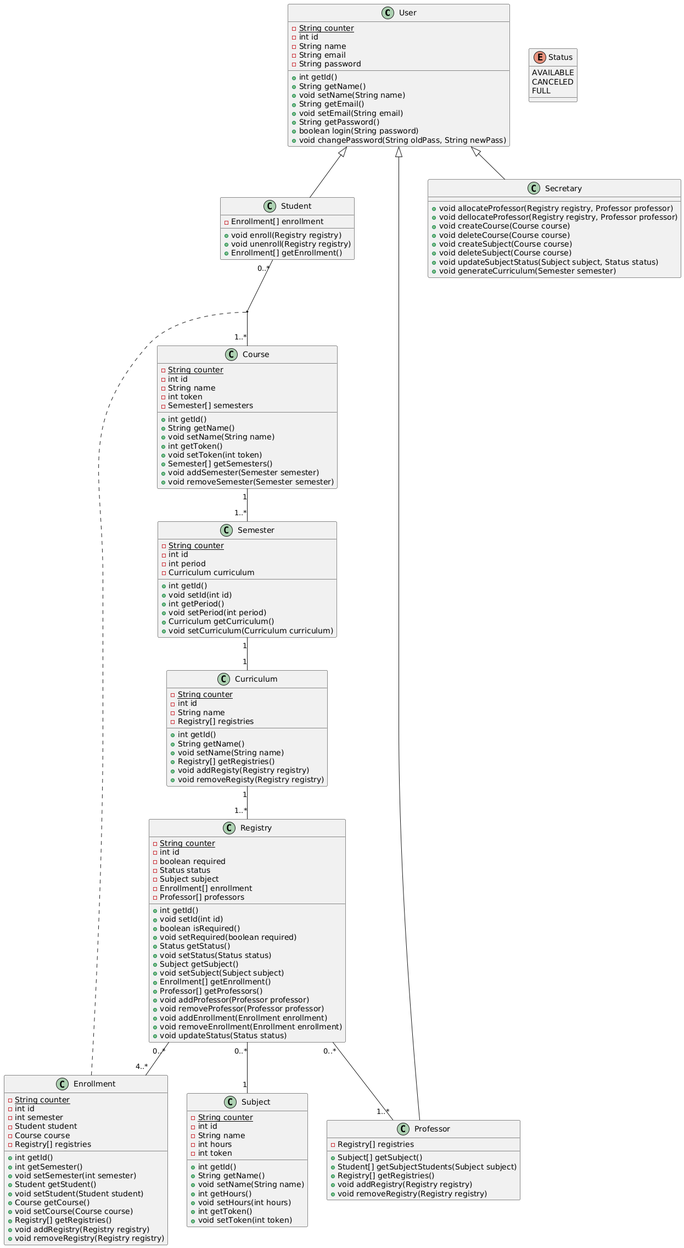
migueltico2/laboratorio-de-desenvolvimento-de-software keeps this PlantUML diagram as projeto 1/project/classDiagram.png. Above is the earlier version.
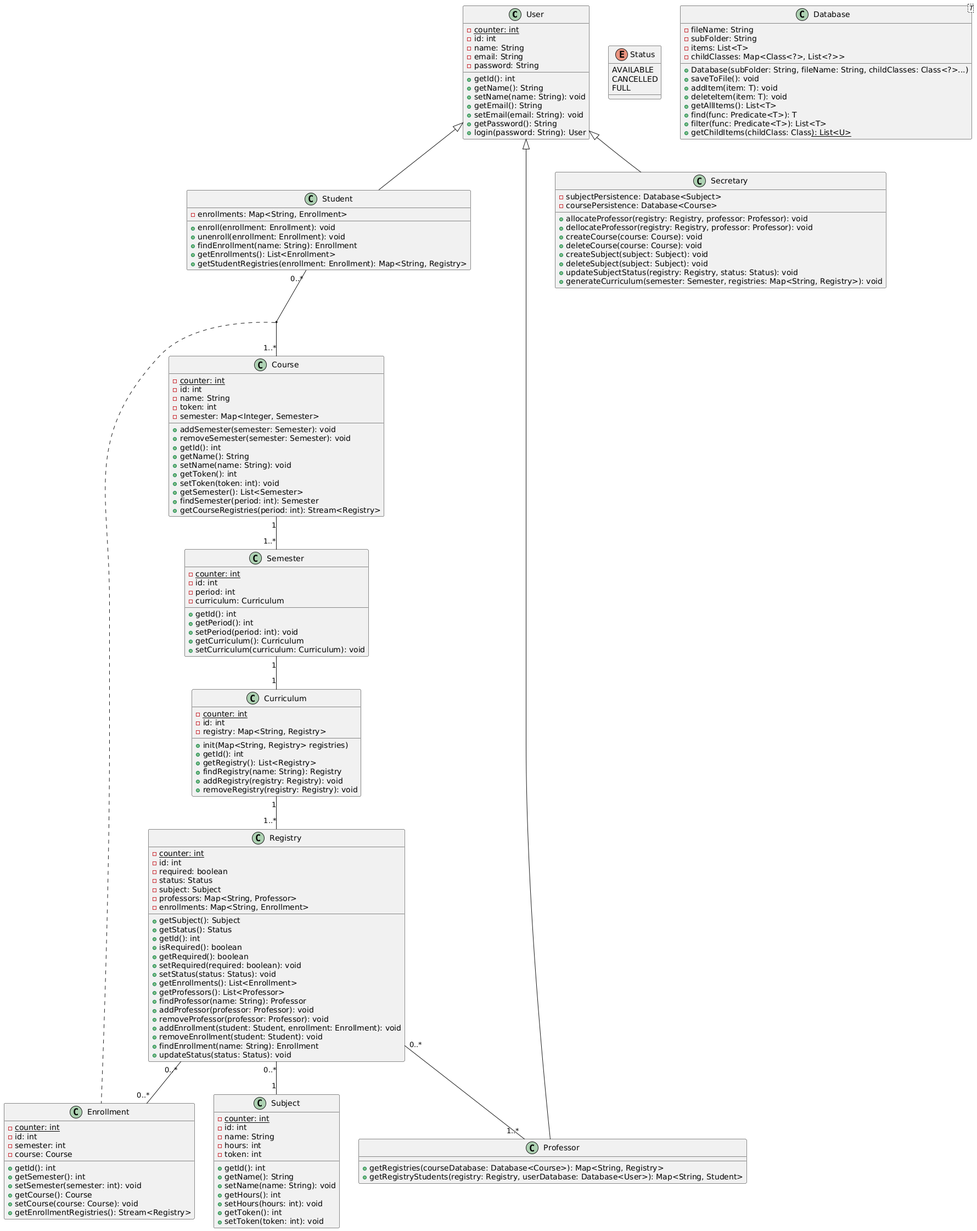
The same diagram one commit later.

Commit message:
update class diagram

The edit, as a diff of the source:
```diff
@@ -1,143 +1,161 @@
 @startuml
 class User {
-    -{static} String counter
-    -int id
-    -String name
-    -String email
-    -String password
-    +int getId()
-    +String getName()
-    +void setName(String name)
-    +String getEmail()
-    +void setEmail(String email)
-    +String getPassword()
-    +boolean login(String password)
-    +void changePassword(String oldPass, String newPass)
+    -{static} counter: int
+    -id: int
+    -name: String
+    -email: String
+    -password: String
+    +getId(): int
+    +getName(): String
+    +setName(name: String): void
+    +getEmail(): String
+    +setEmail(email: String): void
+    +getPassword(): String
+    +login(password: String): User
 }
+
 class Student {
-    -Enrollment[] enrollment
-    +void enroll(Registry registry)
-    +void unenroll(Registry registry)
-    +Enrollment[] getEnrollment()
+    -enrollments: Map<String, Enrollment>
+    +enroll(enrollment: Enrollment): void
+    +unenroll(enrollment: Enrollment): void
+    +findEnrollment(name: String): Enrollment
+    +getEnrollments(): List<Enrollment>
+    +getStudentRegistries(enrollment: Enrollment): Map<String, Registry>
 }
+
 class Professor {
-    -Registry[] registries
-    +Subject[] getSubject()
-    +Student[] getSubjectStudents(Subject subject)
-    +Registry[] getRegistries()
-    +void addRegistry(Registry registry)
-    +void removeRegistry(Registry registry)
+    +getRegistries(courseDatabase: Database<Course>): Map<String, Registry>
+    +getRegistryStudents(registry: Registry, userDatabase: Database<User>): Map<String, Student>
 }
+
 class Secretary {
-    +void allocateProfessor(Registry registry, Professor professor)
-    +void dellocateProfessor(Registry registry, Professor professor)
-    +void createCourse(Course course)
-    +void deleteCourse(Course course)
-    +void createSubject(Course course)
-    +void deleteSubject(Course course)
-    +void updateSubjectStatus(Subject subject, Status status)
-    +void generateCurriculum(Semester semester)
+    -subjectPersistence: Database<Subject>
+    -coursePersistence: Database<Course>
+    +allocateProfessor(registry: Registry, professor: Professor): void
+    +dellocateProfessor(registry: Registry, professor: Professor): void
+    +createCourse(course: Course): void
+    +deleteCourse(course: Course): void
+    +createSubject(subject: Subject): void
+    +deleteSubject(subject: Subject): void
+    +updateSubjectStatus(registry: Registry, status: Status): void
+    +generateCurriculum(semester: Semester, registries: Map<String, Registry>): void
 }
+
 class Enrollment {
-    -{static} String counter
-    -int id
-    -int semester
-    -Student student
-    -Course course
-    -Registry[] registries
-    +int getId()
-    +int getSemester()
-    +void setSemester(int semester)
-    +Student getStudent()
-    +void setStudent(Student student)
-    +Course getCourse()
-    +void setCourse(Course course)
-    +Registry[] getRegistries()
-    +void addRegistry(Registry registry)
-    +void removeRegistry(Registry registry)
+    -{static} counter: int
+    -id: int
+    -semester: int
+    -course: Course
+    +getId(): int
+    +getSemester(): int
+    +setSemester(semester: int): void
+    +getCourse(): Course
+    +setCourse(course: Course): void
+    +getEnrollmentRegistries(): Stream<Registry>
 }
+
 class Course {
-    -{static} String counter
-    -int id
-    -String name
-    -int token
-    -Semester[] semesters
-    +int getId()
-    +String getName()
-    +void setName(String name)
-    +int getToken()
-    +void setToken(int token)
-    +Semester[] getSemesters()
-    +void addSemester(Semester semester)
-    +void removeSemester(Semester semester)
+    -{static} counter: int
+    -id: int
+    -name: String
+    -token: int
+    -semester: Map<Integer, Semester>
+    +addSemester(semester: Semester): void
+    +removeSemester(semester: Semester): void
+    +getId(): int
+    +getName(): String
+    +setName(name: String): void
+    +getToken(): int
+    +setToken(token: int): void
+    +getSemester(): List<Semester>
+    +findSemester(period: int): Semester
+    +getCourseRegistries(period: int): Stream<Registry>
 }
+
 class Semester {
-    -{static} String counter
-    -int id
-    -int period
-    -Curriculum curriculum
-    +int getId()
-    +void setId(int id)
-    +int getPeriod()
-    +void setPeriod(int period)
-    +Curriculum getCurriculum()
-    +void setCurriculum(Curriculum curriculum)
+    -{static} counter: int
+    -id: int
+    -period: int
+    -curriculum: Curriculum
+    +getId(): int
+    +getPeriod(): int
+    +setPeriod(period: int): void
+    +getCurriculum(): Curriculum
+    +setCurriculum(curriculum: Curriculum): void
 }
+
 class Curriculum {
-    -{static} String counter
-    -int id
-    -String name
-    -Registry[] registries
-    +int getId()
-    +String getName()
-    +void setName(String name)
-    +Registry[] getRegistries()
-    +void addRegisty(Registry registry)
-    +void removeRegisty(Registry registry)
+    -{static} counter: int
+    -id: int
+    -registry: Map<String, Registry>
+    +init(Map<String, Registry> registries)
+    +getId(): int
+    +getRegistry(): List<Registry>
+    +findRegistry(name: String): Registry
+    +addRegistry(registry: Registry): void
+    +removeRegistry(registry: Registry): void
 }
+
 class Subject {
-    -{static} String counter
-    -int id
-    -String name
-    -int hours
-    -int token
-    +int getId()
-    +String getName()
-    +void setName(String name)
-    +int getHours()
-    +void setHours(int hours)
-    +int getToken()
-    +void setToken(int token)
+    -{static} counter: int
+    -id: int
+    -name: String
+    -hours: int
+    -token: int
+    +getId(): int
+    +getName(): String
+    +setName(name: String): void
+    +getHours(): int
+    +setHours(hours: int): void
+    +getToken(): int
+    +setToken(token: int): void
 }
+
 class Registry {
-    -{static} String counter
-    -int id
-    -boolean required
-    -Status status
-    -Subject subject
-    -Enrollment[] enrollment
-    -Professor[] professors
-    +int getId()
-    +void setId(int id)
-    +boolean isRequired()
-    +void setRequired(boolean required)
-    +Status getStatus()
-    +void setStatus(Status status)
-    +Subject getSubject()
-    +void setSubject(Subject subject)
-    +Enrollment[] getEnrollment()
-    +Professor[] getProfessors()
-    +void addProfessor(Professor professor)
-    +void removeProfessor(Professor professor)
-    +void addEnrollment(Enrollment enrollment)
-    +void removeEnrollment(Enrollment enrollment)
-    +void updateStatus(Status status)
+    -{static} counter: int
+    -id: int
+    -required: boolean
+    -status: Status
+    -subject: Subject
+    -professors: Map<String, Professor>
+    -enrollments: Map<String, Enrollment>
+    +getSubject(): Subject
+    +getStatus(): Status
+    +getId(): int
+    +isRequired(): boolean
+    +getRequired(): boolean
+    +setRequired(required: boolean): void
+    +setStatus(status: Status): void
+    +getEnrollments(): List<Enrollment>
+    +getProfessors(): List<Professor>
+    +findProfessor(name: String): Professor
+    +addProfessor(professor: Professor): void
+    +removeProfessor(professor: Professor): void
+    +addEnrollment(student: Student, enrollment: Enrollment): void
+    +removeEnrollment(student: Student): void
+    +findEnrollment(name: String): Enrollment
+    +updateStatus(status: Status): void
 }
 
 enum Status {
     AVAILABLE
-    CANCELED
+    CANCELLED
     FULL
+}
+
+class Database<T> {
+    -fileName: String
+    -subFolder: String
+    -items: List<T>
+    -childClasses: Map<Class<?>, List<?>>
+    +Database(subFolder: String, fileName: String, childClasses: Class<?>...)
+    +saveToFile(): void
+    +addItem(item: T): void
+    +deleteItem(item: T): void
+    +getAllItems(): List<T>
+    +find(func: Predicate<T>): T
+    +filter(func: Predicate<T>): List<T>
+    +getChildItems(childClass: Class<U>): List<U>
 }
 
 User <|-- Student
@@ -150,6 +168,6 @@
 Registry "0..*" -- "1" Subject
 Student "0..*" -- "1..*" Course
 (Student, Course) . Enrollment
-Registry "0..*" -- "4..*" Enrollment
+Registry "0..*" -- "0..*" Enrollment
 Registry "0..*" -- "1..*" Professor
 @enduml
```
